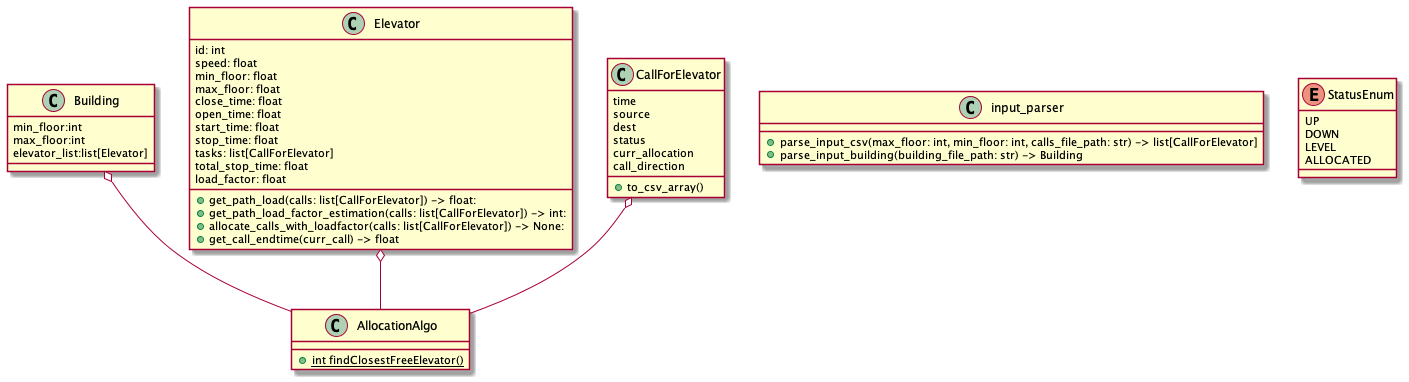
Earlier version of the PlantUML export class-diagram.png (OriHoward/oop-ex1). The source it was exported from:
```plantuml
@startuml

class Building {
    min_floor:int
    max_floor:int
    elevator_list:list[Elevator]
}

class Elevator {
    id: int
    speed: float
    min_floor: float
    max_floor: float
    close_time: float
    open_time: float
    start_time: float
    stop_time: float
    tasks: list[CallForElevator]
    total_stop_time: float
    load_factor: float

    +get_path_load(calls: list[CallForElevator]) -> float:
    +get_path_load_factor_estimation(calls: list[CallForElevator]) -> int:
    +allocate_calls_with_loadfactor(calls: list[CallForElevator]) -> None:
    +get_call_endtime(curr_call) -> float
}


class CallForElevator{
    time
    source
    dest
    status
    curr_allocation
    call_direction

    +to_csv_array()
}


class AllocationAlgo {
 + {static} int findClosestFreeElevator()

}

class input_parser {

+ parse_input_csv(max_floor: int, min_floor: int, calls_file_path: str) -> list[CallForElevator]
+ parse_input_building(building_file_path: str) -> Building

}

Building o-- AllocationAlgo
Elevator o-- AllocationAlgo
CallForElevator o--	AllocationAlgo

enum StatusEnum {
UP
DOWN
LEVEL
ALLOCATED
}

@enduml
```
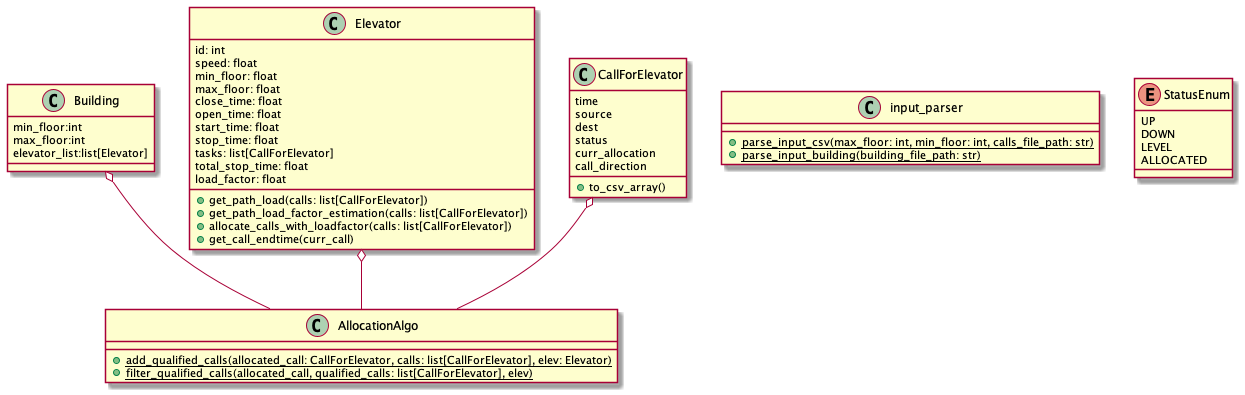
Later version of the same file.

What changed in the source:
```diff
@@ -19,10 +19,10 @@
     total_stop_time: float
     load_factor: float
 
-    +get_path_load(calls: list[CallForElevator]) -> float:
-    +get_path_load_factor_estimation(calls: list[CallForElevator]) -> int:
-    +allocate_calls_with_loadfactor(calls: list[CallForElevator]) -> None:
-    +get_call_endtime(curr_call) -> float
+    +get_path_load(calls: list[CallForElevator])
+    +get_path_load_factor_estimation(calls: list[CallForElevator])
+    +allocate_calls_with_loadfactor(calls: list[CallForElevator])
+    +get_call_endtime(curr_call)
 }
 
 
@@ -39,14 +39,15 @@
 
 
 class AllocationAlgo {
- + {static} int findClosestFreeElevator()
+ + {static} add_qualified_calls(allocated_call: CallForElevator, calls: list[CallForElevator], elev: Elevator)
+ + {static} filter_qualified_calls(allocated_call, qualified_calls: list[CallForElevator], elev)
 
 }
 
 class input_parser {
 
-+ parse_input_csv(max_floor: int, min_floor: int, calls_file_path: str) -> list[CallForElevator]
-+ parse_input_building(building_file_path: str) -> Building
++ {static}parse_input_csv(max_floor: int, min_floor: int, calls_file_path: str)
++ {static}parse_input_building(building_file_path: str)
 
 }
 
```
